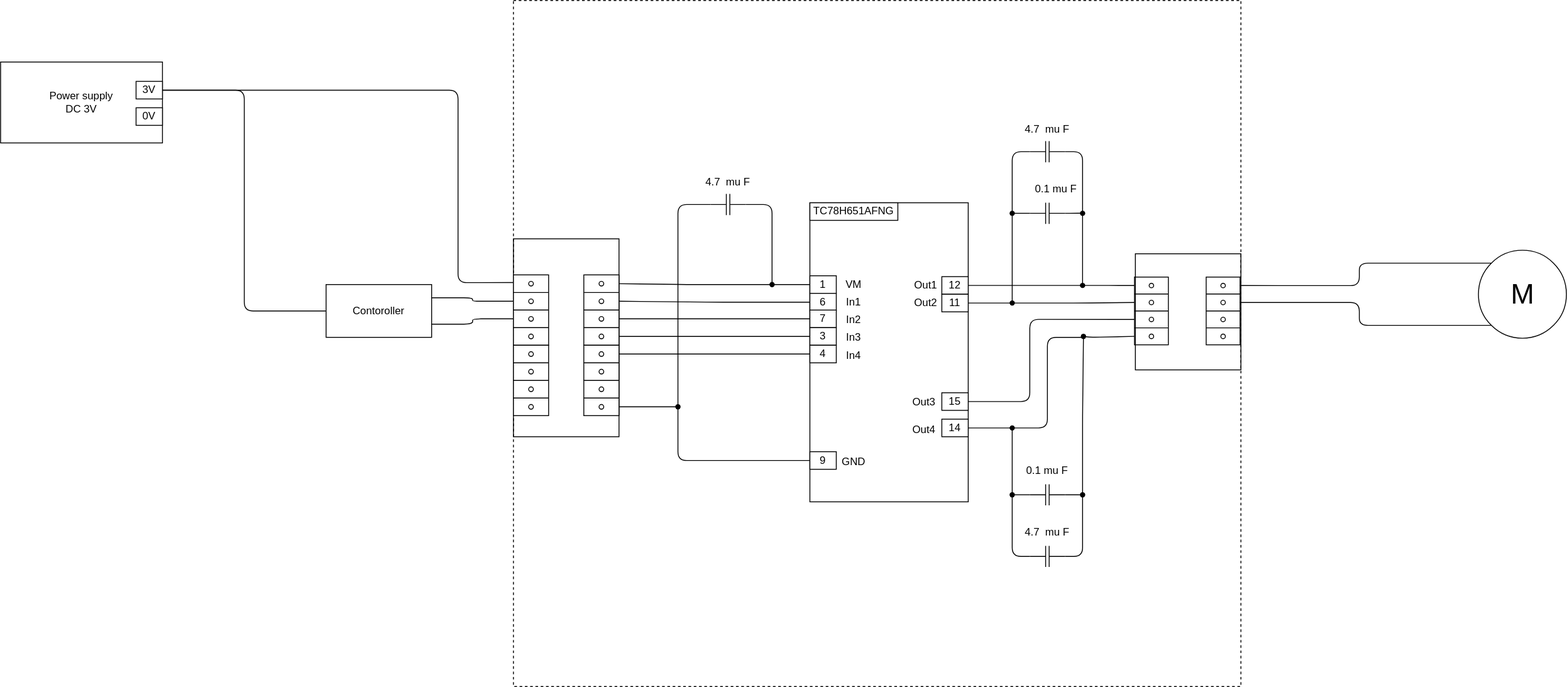
Above: diagrams/electric/components/2A-00003.00.00-motor_driver.drawio.svg in sakairi-nobuyuki/Yamamiya_3PM_pjk (draw.io), before the change. Source tidied: cells renumbered, new cells last; positions are measured from the earlier drawing's top-left corner, leaving out a move shared by most shapes.
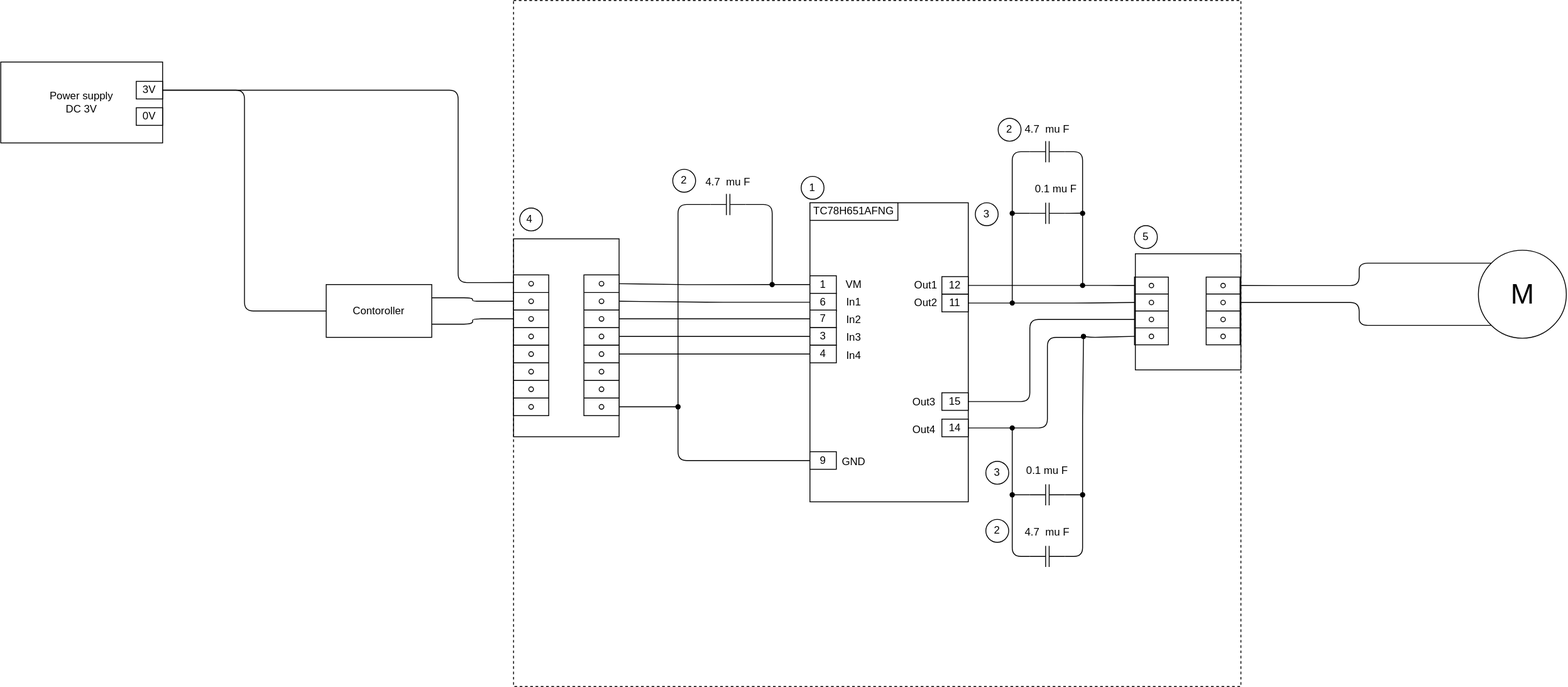
Later version of the same file.

Diff of the diagram source:
```diff
@@ -329,5 +329,29 @@
     <mxCell id="97" value="4.7&amp;nbsp; mu F" style="text;html=1;strokeColor=none;fillColor=none;align=center;verticalAlign=middle;whiteSpace=wrap;rounded=0;" parent="1" vertex="1">
       <mxGeometry x="797" y="192" width="60" height="30" as="geometry" />
     </mxCell>
+    <mxCell id="98" value="1" style="ellipse;whiteSpace=wrap;html=1;" parent="1" vertex="1">
+      <mxGeometry x="910" y="200" width="26" height="26" as="geometry" />
+    </mxCell>
+    <mxCell id="99" value="2" style="ellipse;whiteSpace=wrap;html=1;" parent="1" vertex="1">
+      <mxGeometry x="764" y="192" width="26" height="26" as="geometry" />
+    </mxCell>
+    <mxCell id="100" value="2" style="ellipse;whiteSpace=wrap;html=1;" parent="1" vertex="1">
+      <mxGeometry x="1134" y="134" width="26" height="26" as="geometry" />
+    </mxCell>
+    <mxCell id="101" value="2" style="ellipse;whiteSpace=wrap;html=1;" parent="1" vertex="1">
+      <mxGeometry x="1120" y="590" width="26" height="26" as="geometry" />
+    </mxCell>
+    <mxCell id="102" value="3" style="ellipse;whiteSpace=wrap;html=1;" parent="1" vertex="1">
+      <mxGeometry x="1120" y="524" width="26" height="26" as="geometry" />
+    </mxCell>
+    <mxCell id="103" value="3" style="ellipse;whiteSpace=wrap;html=1;" parent="1" vertex="1">
+      <mxGeometry x="1108" y="230" width="26" height="26" as="geometry" />
+    </mxCell>
+    <mxCell id="104" value="4&lt;span style=&quot;color: rgba(0, 0, 0, 0); font-family: monospace; font-size: 0px; text-align: start;&quot;&gt;%3CmxGraphModel%3E%3Croot%3E%3CmxCell%20id%3D%220%22%2F%3E%3CmxCell%20id%3D%221%22%20parent%3D%220%22%2F%3E%3CmxCell%20id%3D%222%22%20value%3D%222%22%20style%3D%22ellipse%3BwhiteSpace%3Dwrap%3Bhtml%3D1%3Baspect%3Dfixed%3B%22%20vertex%3D%221%22%20parent%3D%221%22%3E%3CmxGeometry%20x%3D%22944%22%20y%3D%22332%22%20width%3D%2226%22%20height%3D%2226%22%20as%3D%22geometry%22%2F%3E%3C%2FmxCell%3E%3C%2Froot%3E%3C%2FmxGraphModel%3E&lt;/span&gt;" style="ellipse;whiteSpace=wrap;html=1;" parent="1" vertex="1">
+      <mxGeometry x="590" y="236" width="26" height="26" as="geometry" />
+    </mxCell>
+    <mxCell id="105" value="5" style="ellipse;whiteSpace=wrap;html=1;" parent="1" vertex="1">
+      <mxGeometry x="1289" y="256" width="26" height="26" as="geometry" />
+    </mxCell>
   </root>
 </mxGraphModel>
```
